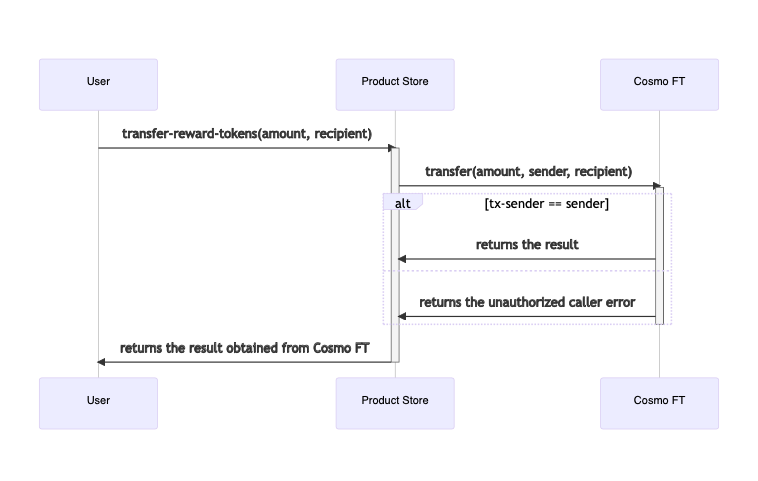
This is 003-ft/clarinet-projects/minahil-imtiaz/diagrams/transfer-reward-token.png from tintash/clarity-projects, a Mermaid export, as it was before one commit. Its source is kept beside it as 003-ft/clarinet-projects/minahil-imtiaz/diagrams/transfer-reward-token.mmd. Source of this version:
```mermaid
sequenceDiagram
  participant User
  participant Product Store
  participant Cosmo FT

  User ->> Product Store: transfer-reward-tokens(amount, recipient)
  activate  Product Store
  Product Store ->> Cosmo FT: transfer(amount, sender, recipient)
  activate Cosmo FT
  alt tx-sender == sender
  Cosmo FT ->> Product Store: returns the result
  else
  Cosmo FT ->> Product Store: returns the unauthorized caller error
  end
  deactivate Cosmo FT
  Product Store ->> User: returns the result obtained from Cosmo FT
  deactivate Product Store
```
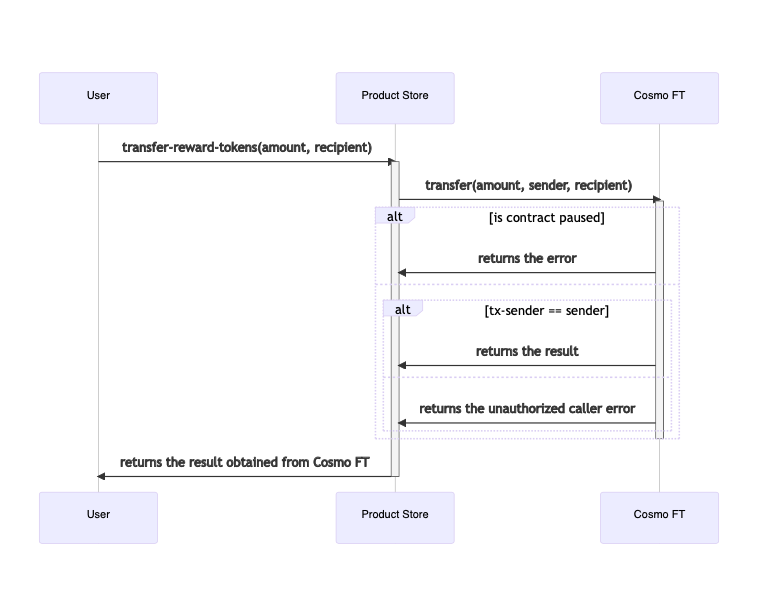
The same diagram one commit later.

The edit, as a diff of the source:
```diff
@@ -7,10 +7,14 @@
   activate  Product Store
   Product Store ->> Cosmo FT: transfer(amount, sender, recipient)
   activate Cosmo FT
-  alt tx-sender == sender
-  Cosmo FT ->> Product Store: returns the result
+  alt is contract paused
+  Cosmo FT ->> Product Store: returns the error
   else
-  Cosmo FT ->> Product Store: returns the unauthorized caller error
+   alt tx-sender == sender
+   Cosmo FT ->> Product Store: returns the result
+   else
+   Cosmo FT ->> Product Store: returns the unauthorized caller error
+   end
   end
   deactivate Cosmo FT
   Product Store ->> User: returns the result obtained from Cosmo FT
```
